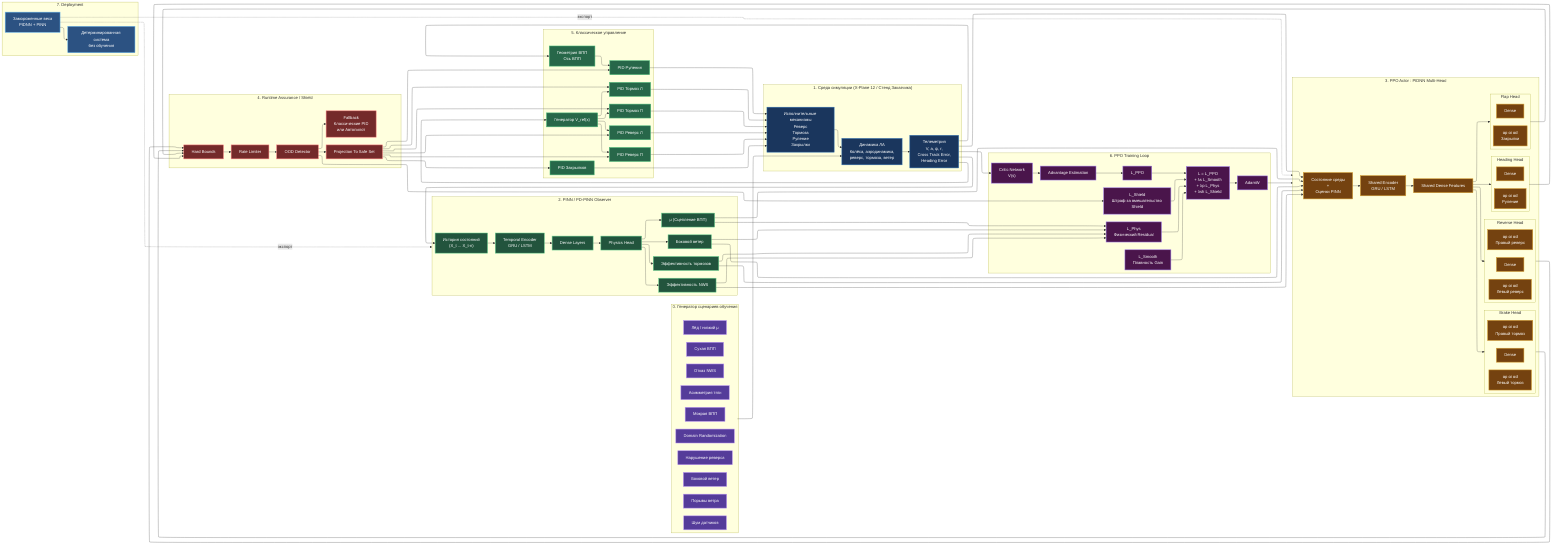
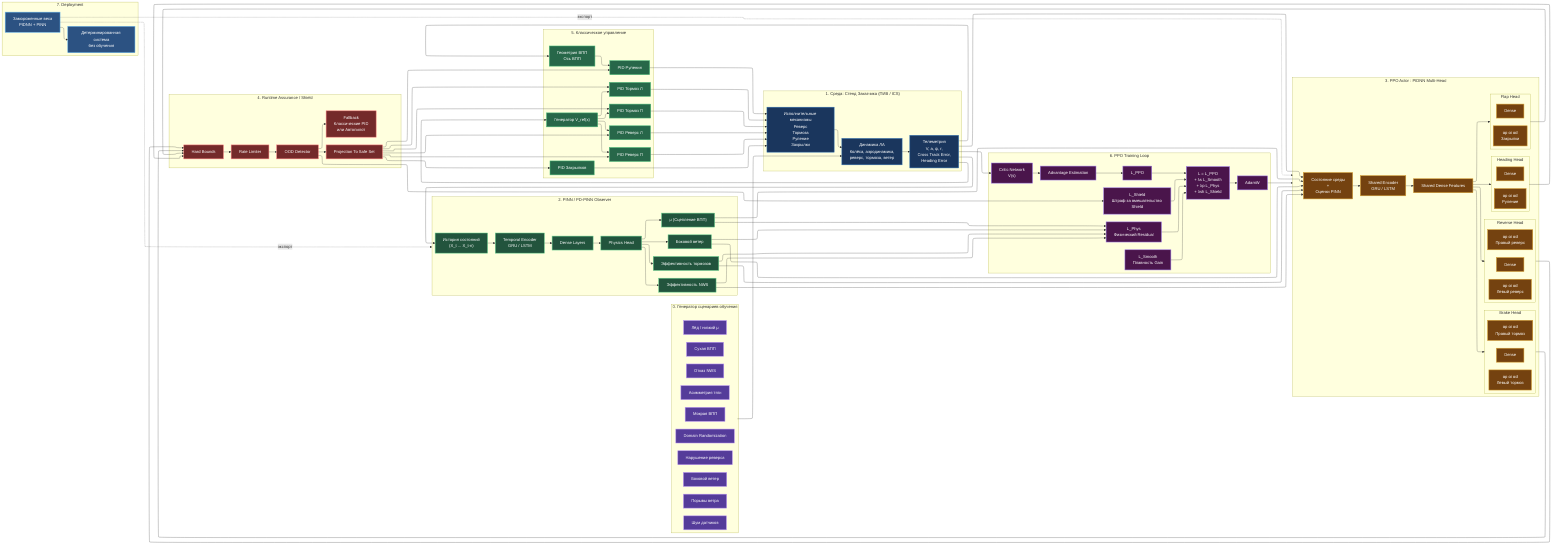
---
config:
  layout: elk
  elk:
    mergeEdges: false
    nodePlacementStrategy: NETWORK_SIMPLEX
---
flowchart LR

    classDef nn fill:#744210,stroke:#d69e2e,stroke-width:2px,color:#fff;
    classDef rl fill:#4a154b,stroke:#9f7aea,stroke-width:2px,color:#fff;
    classDef pid fill:#276749,stroke:#48bb78,stroke-width:2px,color:#fff;
    classDef sim fill:#1a365d,stroke:#2b6cb0,stroke-width:2px,color:#fff;
    classDef pinn fill:#22543d,stroke:#68d391,stroke-width:2px,color:#fff;
    classDef shield fill:#742a2a,stroke:#fc8181,stroke-width:2px,color:#fff;
    classDef deploy fill:#2c5282,stroke:#63b3ed,stroke-width:2px,color:#fff;
    classDef scenario fill:#553c9a,stroke:#b794f4,stroke-width:2px,color:#fff;

%%%%%%%%%%%%%%%%%%%%%%%%%%%%%%%%%%%%%%%%%%%%%%%%%%%%%%%%%%%%%%
%% СЦЕНАРИИ ОБУЧЕНИЯ
%%%%%%%%%%%%%%%%%%%%%%%%%%%%%%%%%%%%%%%%%%%%%%%%%%%%%%%%%%%%%%

    subgraph ScenarioGen["0. Генератор сценариев обучения"]
        direction TB

        Sc1["Сухая ВПП"]:::scenario
        Sc2["Мокрая ВПП"]:::scenario
        Sc3["Лёд / низкий μ"]:::scenario
        Sc4["Боковой ветер"]:::scenario
        Sc5["Порывы ветра"]:::scenario
        Sc6["Отказ NWS"]:::scenario
        Sc7["Асимметрия тяги"]:::scenario
        Sc8["Нарушение реверса"]:::scenario
        Sc9["Шум датчиков"]:::scenario
        Sc10["Domain Randomization"]:::scenario
    end

%%%%%%%%%%%%%%%%%%%%%%%%%%%%%%%%%%%%%%%%%%%%%%%%%%%%%%%%%%%%%%
%% СРЕДА
%%%%%%%%%%%%%%%%%%%%%%%%%%%%%%%%%%%%%%%%%%%%%%%%%%%%%%%%%%%%%%

-     subgraph Environment["1. Среда симуляции (X-Plane 12 / Стенд Заказчика)"]
+     subgraph Environment["1. Среда: Стенд Заказчика (ПИВ / ICS)"]
        direction TB

        Dynamics["Динамика ЛА\nКолёса, аэродинамика,\nреверс, тормоза, ветер"]:::sim

        Sensors["Телеметрия\nV, a, ψ, r,\nCross Track Error,\nHeading Error"]:::sim

        Actuators["Исполнительные механизмы\nРеверс\nТормоза\nРуление\nЗакрылки"]:::sim

        Actuators --> Dynamics
        Dynamics --> Sensors
    end

%%%%%%%%%%%%%%%%%%%%%%%%%%%%%%%%%%%%%%%%%%%%%%%%%%%%%%%%%%%%%%
%% PINN
%%%%%%%%%%%%%%%%%%%%%%%%%%%%%%%%%%%%%%%%%%%%%%%%%%%%%%%%%%%%%%

    subgraph PINNBlock["2. PINN / PD-PINN Observer"]
        direction TB

        P0["История состояний\n(X_t ... X_t-n)"]:::pinn

        P1["Temporal Encoder\nGRU / LSTM"]:::pinn

        P2["Dense Layers"]:::pinn

        P3["Physics Head"]:::pinn

        Mu["μ (Сцепление ВПП)"]:::pinn
        Wind["Боковой ветер"]:::pinn
        BrakeEff["Эффективность тормозов"]:::pinn
        NWSEff["Эффективность NWS"]:::pinn

        P0 --> P1 --> P2 --> P3

        P3 --> Mu
        P3 --> Wind
        P3 --> BrakeEff
        P3 --> NWSEff
    end

%%%%%%%%%%%%%%%%%%%%%%%%%%%%%%%%%%%%%%%%%%%%%%%%%%%%%%%%%%%%%%
%% PIDNN
%%%%%%%%%%%%%%%%%%%%%%%%%%%%%%%%%%%%%%%%%%%%%%%%%%%%%%%%%%%%%%

    subgraph PIDNN["3. PPO Actor : PIDNN Multi-Head"]
        direction TB

        A0["Состояние среды\n+\nОценки PINN"]:::nn

        A1["Shared Encoder\nGRU / LSTM"]:::nn

        A2["Shared Dense Features"]:::nn

        A0 --> A1 --> A2

        subgraph HeadingHead["Heading Head"]
            direction TB

            H1["Dense"]:::nn

            H2["αp αi αd\nРуление"]:::nn
        end

        subgraph BrakeHead["Brake Head"]
            direction TB

            B1["Dense"]:::nn

            B2["αp αi αd\nЛевый тормоз"]:::nn

            B3["αp αi αd\nПравый тормоз"]:::nn
        end

        subgraph ReverseHead["Reverse Head"]
            direction TB

            R1["Dense"]:::nn

            R2["αp αi αd\nЛевый реверс"]:::nn

            R3["αp αi αd\nПравый реверс"]:::nn
        end

        subgraph FlapHead["Flap Head"]
            direction TB

            F1["Dense"]:::nn

            F2["αp αi αd\nЗакрылки"]:::nn
        end

        A2 --> HeadingHead
        A2 --> BrakeHead
        A2 --> ReverseHead
        A2 --> FlapHead
    end

%%%%%%%%%%%%%%%%%%%%%%%%%%%%%%%%%%%%%%%%%%%%%%%%%%%%%%%%%%%%%%
%% SHIELD
%%%%%%%%%%%%%%%%%%%%%%%%%%%%%%%%%%%%%%%%%%%%%%%%%%%%%%%%%%%%%%

    subgraph Shield["4. Runtime Assurance / Shield"]
        direction TB

        Bounds["Hard Bounds"]:::shield

        Rate["Rate Limiter"]:::shield

        OOD["OOD Detector"]:::shield

        SafeSet["Projection To Safe Set"]:::shield

        Fallback["Fallback\nКлассические PID\nили Автопилот"]:::shield

        Bounds --> Rate
        Rate --> OOD
        OOD --> SafeSet
        OOD --> Fallback
    end

%%%%%%%%%%%%%%%%%%%%%%%%%%%%%%%%%%%%%%%%%%%%%%%%%%%%%%%%%%%%%%
%% PID КОНТУР
%%%%%%%%%%%%%%%%%%%%%%%%%%%%%%%%%%%%%%%%%%%%%%%%%%%%%%%%%%%%%%

    subgraph ClassicalControl["5. Классическое управление"]
        direction TB

        RefSpeed["Генератор V_ref(x)"]:::pid

        Runway["Геометрия ВПП\nОсь ВПП"]:::pid

        PIDSteer["PID Руления"]:::pid

        PIDBrakeL["PID Тормоз Л"]:::pid
        PIDBrakeR["PID Тормоз П"]:::pid

        PIDRevL["PID Реверс Л"]:::pid
        PIDRevR["PID Реверс П"]:::pid

        PIDFlaps["PID Закрылков"]:::pid
    end

%%%%%%%%%%%%%%%%%%%%%%%%%%%%%%%%%%%%%%%%%%%%%%%%%%%%%%%%%%%%%%
%% PPO
%%%%%%%%%%%%%%%%%%%%%%%%%%%%%%%%%%%%%%%%%%%%%%%%%%%%%%%%%%%%%%

    subgraph PPOTraining["6. PPO Training Loop"]
        direction TB

        Critic["Critic Network\nV(s)"]:::rl

        Adv["Advantage Estimation"]:::rl

        PPOObj["L_PPO"]:::rl

        Smooth["L_Smooth\nПлавность Gain"]:::rl

        Phys["L_Phys\nФизический Residual"]:::rl

        ShieldLoss["L_Shield\nШтраф за вмешательство Shield"]:::rl

        Total["L = L_PPO\n+ λs L_Smooth\n+ λp L_Phys\n+ λsh L_Shield"]:::rl

        Adam["AdamW"]:::rl

        Critic --> Adv
        Adv --> PPOObj

        PPOObj --> Total
        Smooth --> Total
        Phys --> Total
        ShieldLoss --> Total

        Total --> Adam
    end

%%%%%%%%%%%%%%%%%%%%%%%%%%%%%%%%%%%%%%%%%%%%%%%%%%%%%%%%%%%%%%
%% DEPLOY
%%%%%%%%%%%%%%%%%%%%%%%%%%%%%%%%%%%%%%%%%%%%%%%%%%%%%%%%%%%%%%

    subgraph Deploy["7. Deployment"]
        direction TB

        Frozen["Замороженные веса\nPIDNN + PINN"]:::deploy

        Runtime["Детерминированная система\nбез обучения"]:::deploy

        Frozen --> Runtime
    end

%%%%%%%%%%%%%%%%%%%%%%%%%%%%%%%%%%%%%%%%%%%%%%%%%%%%%%%%%%%%%%
%% ПОТОКИ ДАННЫХ
%%%%%%%%%%%%%%%%%%%%%%%%%%%%%%%%%%%%%%%%%%%%%%%%%%%%%%%%%%%%%%

    ScenarioGen --> Dynamics

    Sensors --> P0

    Sensors --> A0

    Mu --> A0
    Wind --> A0
    BrakeEff --> A0
    NWSEff --> A0

    HeadingHead --> Bounds
    BrakeHead --> Bounds
    ReverseHead --> Bounds
    FlapHead --> Bounds

    SafeSet --> PIDSteer

    SafeSet --> PIDBrakeL
    SafeSet --> PIDBrakeR

    SafeSet --> PIDRevL
    SafeSet --> PIDRevR

    SafeSet --> PIDFlaps

    Sensors --> RefSpeed
    Sensors --> Runway

    RefSpeed --> PIDBrakeL
    RefSpeed --> PIDBrakeR

    RefSpeed --> PIDRevL
    RefSpeed --> PIDRevR

    Runway --> PIDSteer

    PIDSteer --> Actuators

    PIDBrakeL --> Actuators
    PIDBrakeR --> Actuators

    PIDRevL --> Actuators
    PIDRevR --> Actuators

    PIDFlaps --> Actuators

    Sensors --> Critic

    OOD --> ShieldLoss

    Mu --> Phys
    Wind --> Phys
    BrakeEff --> Phys
    NWSEff --> Phys

    Adam --> PIDNN

    Frozen -. экспорт .-> PIDNN
    Frozen -. экспорт .-> PINNBlock